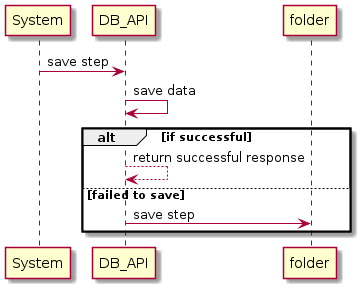
This is out/src/doc/db/db.png from sadeeqilu/JsonToXML, a PlantUML export, as it was before one commit.
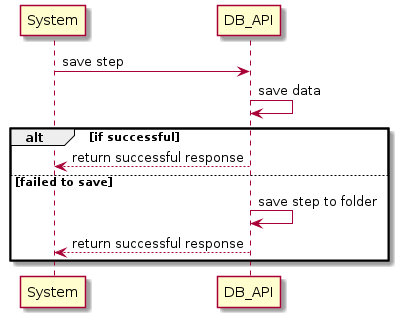
The same diagram one commit later.

The edit, as a diff of the source:
```diff
@@ -2,13 +2,13 @@
 !startsub DB
 participant System
 participant DB_API
-participant folder
 System -> DB_API : save step
 DB_API -> DB_API : save data
 alt if successful
-    DB_API --> DB_API : return successful response
+    DB_API --> System : return successful response
 else failed to save
-    DB_API -> folder : save step
+    DB_API -> DB_API : save step to folder
+    DB_API --> System : return successful response
 end
 !endsub
 @enduml
```
